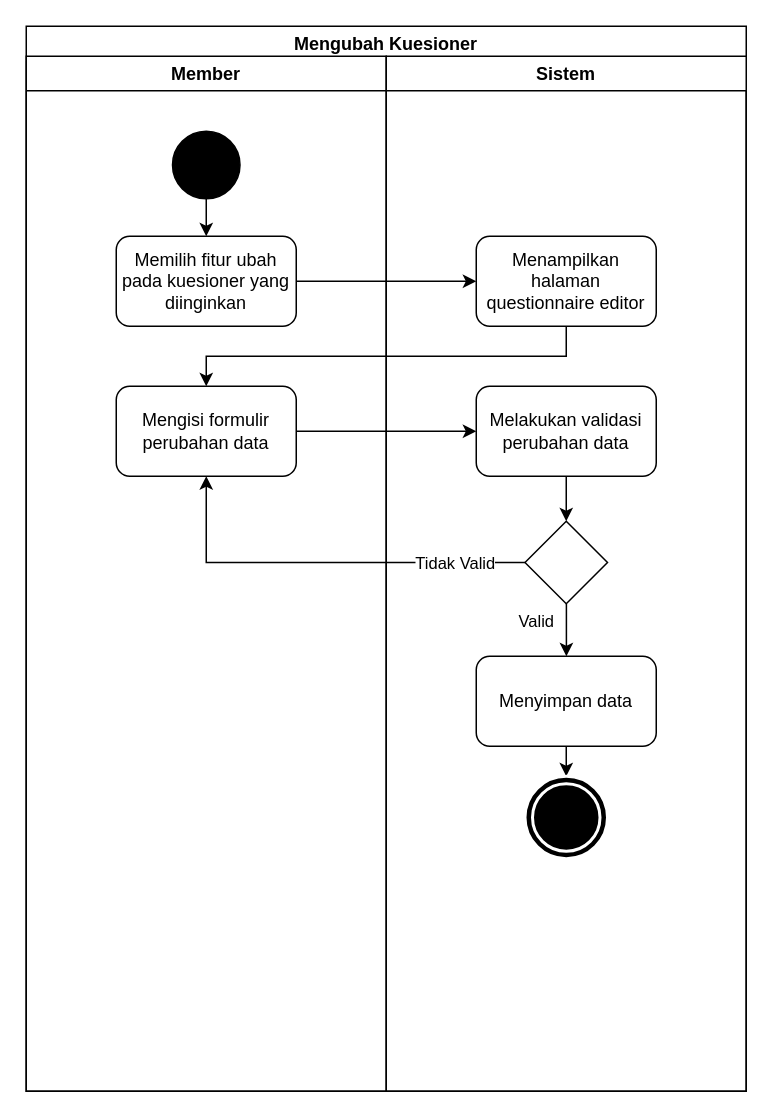
The draw.io diagram Diagram/Activity Diagram/16. menyunting kuesioner.drawio in techie-jhs/thesis, before the edit. Source tidied: cells renumbered, new cells numbered last; positions are measured from the earlier drawing's top-left corner, leaving out a move shared by most shapes. Both pictures are drawn from the tidied source at 150%, with x=0, y=0 at pixel (26, 26).
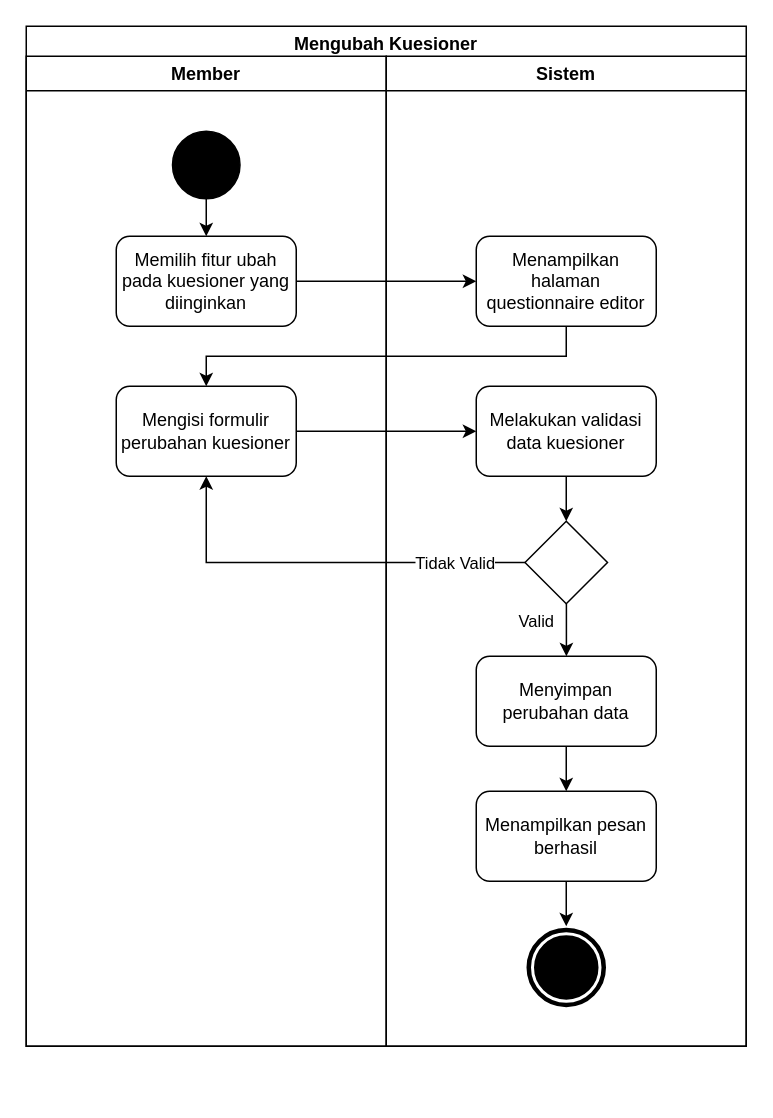
The same diagram, later.

Diff of the diagram source:
```diff
@@
     <mxCell id="2" value="Mengubah Kuesioner" style="swimlane;fillColor=none;" parent="1" vertex="1">
-      <mxGeometry width="480" height="710" as="geometry" />
+      <mxGeometry width="480" height="680" as="geometry" />
     </mxCell>
     <mxCell id="3" value="Member" style="swimlane;" parent="2" vertex="1">
-      <mxGeometry y="20" width="240" height="690" as="geometry" />
+      <mxGeometry y="20" width="240" height="660" as="geometry" />
     </mxCell>
@@
-    <mxCell id="7" value="&lt;span&gt;Mengisi formulir perubahan data&lt;/span&gt;" style="rounded=1;whiteSpace=wrap;html=1;fillColor=none;" parent="3" vertex="1">
+    <mxCell id="7" value="&lt;span&gt;Mengisi formulir perubahan kuesioner&lt;/span&gt;" style="rounded=1;whiteSpace=wrap;html=1;fillColor=none;" parent="3" vertex="1">
       <mxGeometry x="60" y="220" width="120" height="60" as="geometry" />
     </mxCell>
     <mxCell id="8" value="Sistem" style="swimlane;" parent="2" vertex="1">
-      <mxGeometry x="240" y="20" width="240" height="690" as="geometry" />
+      <mxGeometry x="240" y="20" width="240" height="660" as="geometry" />
     </mxCell>
@@
-    <mxCell id="10" value="Melakukan validasi perubahan data" style="rounded=1;whiteSpace=wrap;html=1;fillColor=none;" parent="8" vertex="1">
+    <mxCell id="10" value="Melakukan validasi data kuesioner" style="rounded=1;whiteSpace=wrap;html=1;fillColor=none;" parent="8" vertex="1">
       <mxGeometry x="60" y="220" width="120" height="60" as="geometry" />
     </mxCell>
@@
-    <mxCell id="14" style="edgeStyle=orthogonalEdgeStyle;rounded=0;jettySize=auto;html=1;" parent="8" edge="1" source="15" target="16">
-      <mxGeometry relative="1" as="geometry" />
-    </mxCell>
+    <mxCell id="22" style="edgeStyle=orthogonalEdgeStyle;rounded=0;jettySize=auto;html=1;" parent="8" edge="1" source="15" target="24">
+      <mxGeometry relative="1" as="geometry" />
+    </mxCell>
-    <mxCell id="15" value="Menyimpan data" style="rounded=1;whiteSpace=wrap;html=1;fillColor=none;" parent="8" vertex="1">
+    <mxCell id="15" value="Menyimpan perubahan data" style="rounded=1;whiteSpace=wrap;html=1;fillColor=none;" parent="8" vertex="1">
       <mxGeometry x="60" y="400" width="120" height="60" as="geometry" />
     </mxCell>
     <mxCell id="16" style="ellipse;shape=doubleEllipse;whiteSpace=wrap;html=1;fillColor=#000000;strokeColor=#FFFFFF;strokeWidth=2;" parent="8" vertex="1">
-      <mxGeometry x="92.5" y="480" width="55" height="55" as="geometry" />
+      <mxGeometry x="92.5" y="580" width="55" height="55" as="geometry" />
     </mxCell>
+    <mxCell id="23" style="edgeStyle=orthogonalEdgeStyle;rounded=0;jettySize=auto;html=1;" parent="8" edge="1" source="24" target="16">
+      <mxGeometry relative="1" as="geometry" />
+    </mxCell>
+    <mxCell id="24" value="Menampilkan pesan berhasil" style="rounded=1;whiteSpace=wrap;html=1;fillColor=none;" parent="8" vertex="1">
+      <mxGeometry x="60" y="490" width="120" height="60" as="geometry" />
+    </mxCell>
```
